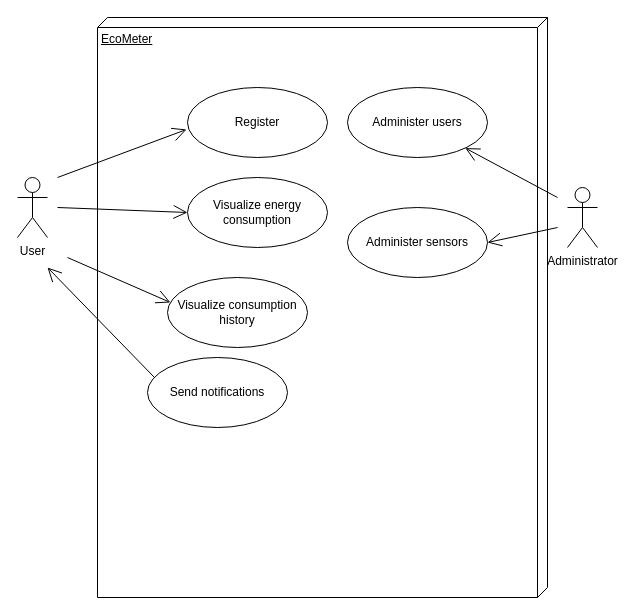
ArmandoGomez2001/PWA keeps this draw.io diagram as page "Página-1" (1 of 4) of Proyecto Final/Primer Avance/Use Case EcoMeter.drawio. Above is the earlier version. Source tidied: cells renumbered, new cells numbered last; positions are measured from the earlier drawing's top-left corner, leaving out a move shared by most shapes. Both pictures are drawn from the tidied source at 100%, with x=0, y=0 at pixel (17, 17).
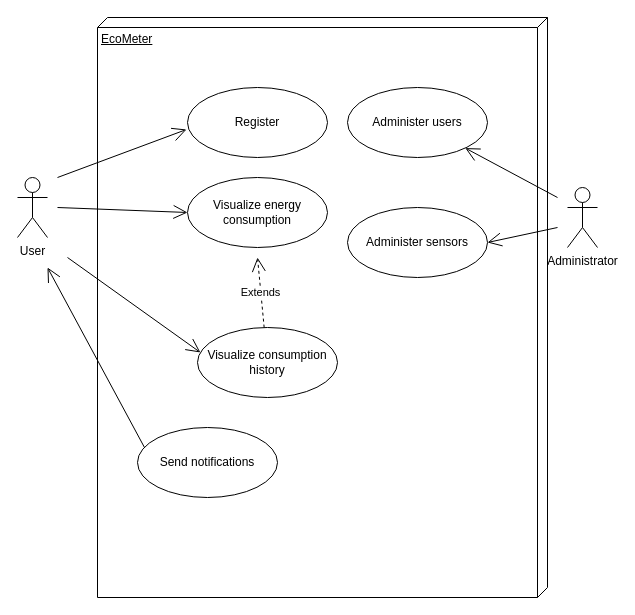
The same page after the edit.

Change to the diagram source:
```diff
@@
     <mxCell id="11" value="Visualize consumption history" style="ellipse;whiteSpace=wrap;html=1;" parent="1" vertex="1">
-      <mxGeometry x="150" y="260" width="140" height="70" as="geometry" />
+      <mxGeometry x="180" y="310" width="140" height="70" as="geometry" />
     </mxCell>
@@
     <mxCell id="13" value="Send notifications" style="ellipse;whiteSpace=wrap;html=1;" parent="1" vertex="1">
-      <mxGeometry x="130" y="340" width="140" height="70" as="geometry" />
+      <mxGeometry x="120" y="410" width="140" height="70" as="geometry" />
     </mxCell>
@@
+    <mxCell id="17" value="Extends" style="endArrow=open;endSize=12;dashed=1;html=1;rounded=0;" parent="1" edge="1" source="11">
+      <mxGeometry relative="1" as="geometry">
+        <mxPoint x="240" y="240" as="targetPoint" />
+      </mxGeometry>
+    </mxCell>
```
